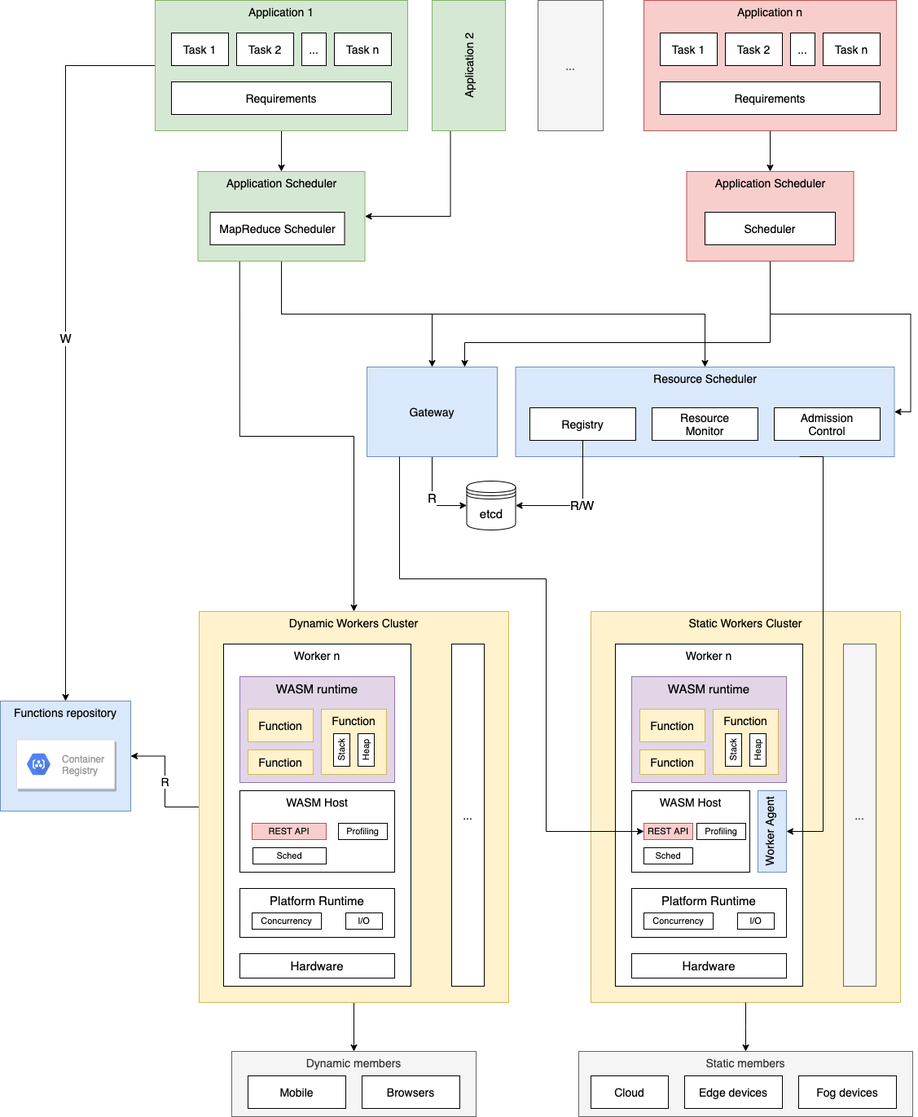
The draw.io diagram fedra/images/architecture.png in jiayihu/fedra-thesis, before a commit. Source tidied: cells renumbered, new cells last; positions are measured from the earlier drawing's top-left corner, leaving out a move shared by most shapes.
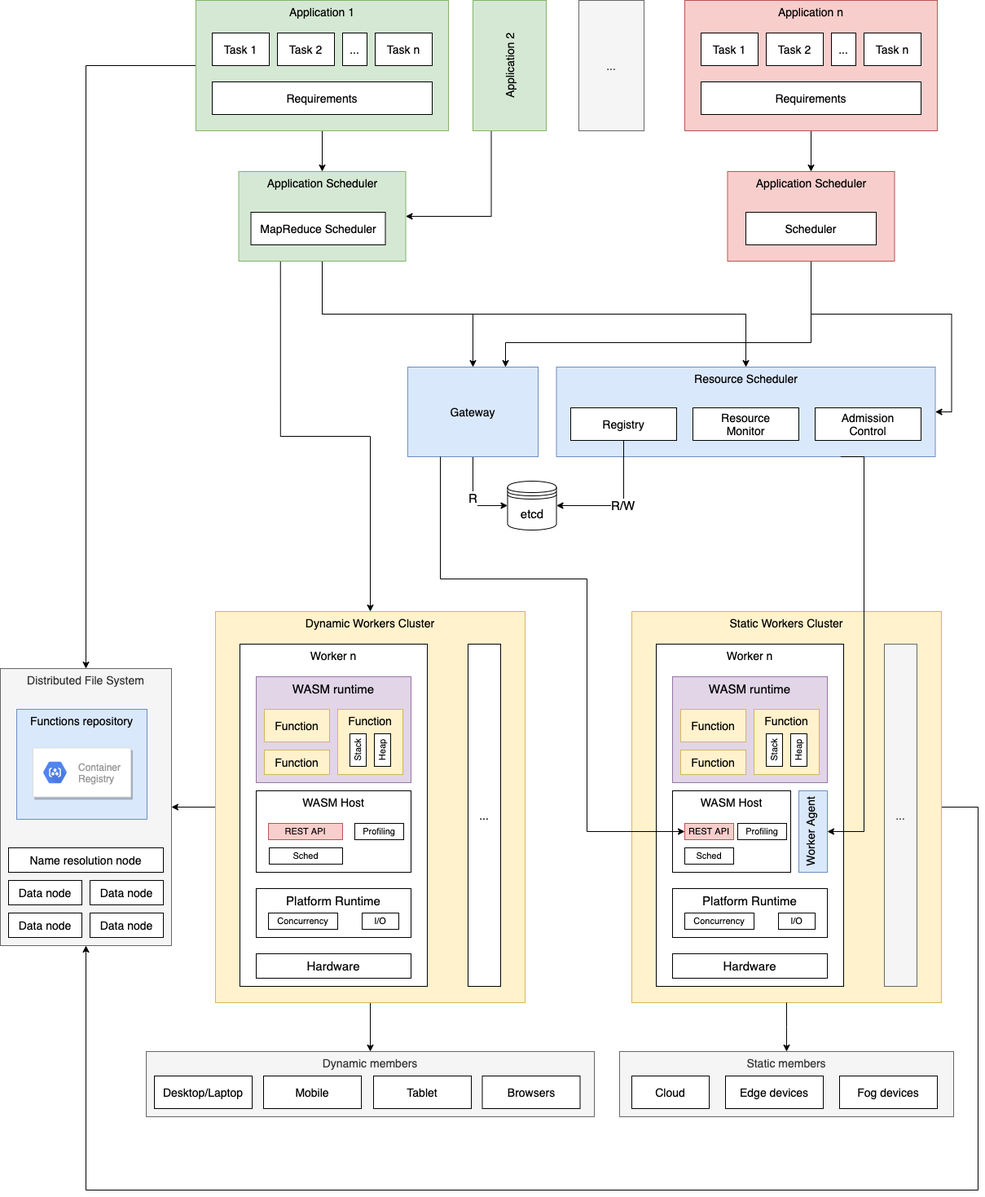
The same diagram one commit later.

Commit message:
Further refinement of architecture

What changed in the source:
```diff
@@ -2,9 +2,21 @@
   <root>
     <mxCell id="0" />
     <mxCell id="1" parent="0" />
+    <mxCell id="87" value="Distributed File System" style="whiteSpace=wrap;html=1;fontSize=14;fillColor=#f5f5f5;strokeColor=#666666;fontColor=#333333;verticalAlign=top;" parent="1" vertex="1">
+      <mxGeometry x="-50" y="820" width="210" height="340" as="geometry" />
+    </mxCell>
     <mxCell id="2" value="Dynamic members" style="rounded=0;whiteSpace=wrap;html=1;fontSize=14;fillColor=#f5f5f5;strokeColor=#666666;verticalAlign=top;fontColor=#333333;" parent="1" vertex="1">
-      <mxGeometry x="284" y="1290" width="300" height="80" as="geometry" />
+      <mxGeometry x="129" y="1290" width="550" height="80" as="geometry" />
     </mxCell>
+    <mxCell id="88" style="edgeStyle=orthogonalEdgeStyle;rounded=0;jettySize=auto;html=1;exitX=1;exitY=0.5;exitDx=0;exitDy=0;entryX=0.5;entryY=1;entryDx=0;entryDy=0;startArrow=none;startFill=0;endArrow=classic;endFill=1;fontSize=14;" parent="1" edge="1" source="3" target="87">
+      <mxGeometry relative="1" as="geometry">
+        <Array as="points">
+          <mxPoint x="1150" y="990" />
+          <mxPoint x="1150" y="1460" />
+          <mxPoint x="55" y="1460" />
+        </Array>
+      </mxGeometry>
+    </mxCell>
     <mxCell id="3" value="Static Workers Cluster" style="rounded=0;whiteSpace=wrap;html=1;fillColor=#fff2cc;strokeColor=#d6b656;fontSize=14;verticalAlign=top;" parent="1" vertex="1">
       <mxGeometry x="725" y="750" width="380" height="480" as="geometry" />
     </mxCell>
@@ -22,7 +34,7 @@
     <mxCell id="6" style="edgeStyle=orthogonalEdgeStyle;rounded=0;jettySize=auto;html=1;exitX=0.5;exitY=1;exitDx=0;exitDy=0;entryX=0.5;entryY=0;entryDx=0;entryDy=0;startArrow=none;startFill=0;fontSize=15;" parent="1" edge="1" source="8" target="53">
       <mxGeometry relative="1" as="geometry" />
     </mxCell>
-    <mxCell id="7" value="W" style="edgeStyle=orthogonalEdgeStyle;rounded=0;jettySize=auto;html=1;exitX=0;exitY=0.5;exitDx=0;exitDy=0;entryX=0.5;entryY=0;entryDx=0;entryDy=0;startArrow=none;startFill=0;endArrow=classic;endFill=1;fontSize=15;" parent="1" edge="1" source="8" target="32">
+    <mxCell id="7" style="edgeStyle=orthogonalEdgeStyle;rounded=0;jettySize=auto;html=1;exitX=0;exitY=0.5;exitDx=0;exitDy=0;entryX=0.5;entryY=0;entryDx=0;entryDy=0;startArrow=none;startFill=0;endArrow=classic;endFill=1;fontSize=15;" parent="1" edge="1" source="8" target="87">
       <mxGeometry relative="1" as="geometry" />
     </mxCell>
     <mxCell id="8" value="Application 1" style="rounded=0;whiteSpace=wrap;html=1;fillColor=#d5e8d4;strokeColor=#82b366;fontSize=14;verticalAlign=top;" parent="1" vertex="1">
@@ -92,13 +104,13 @@
       <mxGeometry x="840" y="1320" width="120" height="40" as="geometry" />
     </mxCell>
     <mxCell id="30" value="Browsers" style="rounded=0;whiteSpace=wrap;html=1;fontSize=14;" parent="1" vertex="1">
-      <mxGeometry x="444" y="1320" width="120" height="40" as="geometry" />
+      <mxGeometry x="541.5" y="1320" width="120" height="40" as="geometry" />
     </mxCell>
     <mxCell id="31" value="Fog devices" style="rounded=0;whiteSpace=wrap;html=1;fontSize=14;" parent="1" vertex="1">
       <mxGeometry x="980" y="1320" width="120" height="40" as="geometry" />
     </mxCell>
     <mxCell id="32" value="Functions repository" style="rounded=0;whiteSpace=wrap;html=1;fillColor=#dae8fc;strokeColor=#6c8ebf;fontSize=14;verticalAlign=top;" parent="1" vertex="1">
-      <mxGeometry y="860" width="160" height="135" as="geometry" />
+      <mxGeometry x="-30" y="870" width="160" height="135" as="geometry" />
     </mxCell>
     <mxCell id="33" value="Resource&lt;br&gt;Monitor" style="rounded=0;whiteSpace=wrap;html=1;fontSize=14;" parent="1" vertex="1">
       <mxGeometry x="800" y="500" width="130" height="40" as="geometry" />
@@ -193,7 +205,7 @@
       <mxGeometry x="530" width="90" height="160" as="geometry" />
     </mxCell>
     <mxCell id="62" style="strokeColor=#dddddd;shadow=1;strokeWidth=1;rounded=1;absoluteArcSize=1;arcSize=2;fontSize=14;" parent="1" vertex="1">
-      <mxGeometry x="20" y="907.5" width="120" height="60" as="geometry" />
+      <mxGeometry x="-10" y="917.5" width="120" height="60" as="geometry" />
     </mxCell>
     <mxCell id="63" value="Container&#10;Registry" style="dashed=0;html=1;fillColor=#5184F3;strokeColor=none;shape=mxgraph.gcp2.hexIcon;prIcon=container_registry;labelPosition=right;verticalLabelPosition=middle;align=left;verticalAlign=middle;spacingLeft=5;fontColor=#999999;fontSize=12;" parent="62" vertex="1">
       <mxGeometry y="0.5" width="44" height="39" relative="1" as="geometry">
@@ -201,7 +213,7 @@
       </mxGeometry>
     </mxCell>
     <mxCell id="64" value="Mobile" style="rounded=0;whiteSpace=wrap;html=1;fontSize=14;" parent="1" vertex="1">
-      <mxGeometry x="304" y="1320" width="120" height="40" as="geometry" />
+      <mxGeometry x="273" y="1320" width="120" height="40" as="geometry" />
     </mxCell>
     <mxCell id="65" value="..." style="whiteSpace=wrap;html=1;fontSize=14;fillColor=#f5f5f5;strokeColor=#666666;fontColor=#333333;" parent="1" vertex="1">
       <mxGeometry x="1035" y="790" width="40" height="420" as="geometry" />
@@ -209,56 +221,56 @@
     <mxCell id="66" style="edgeStyle=orthogonalEdgeStyle;rounded=0;jettySize=auto;html=1;exitX=0.5;exitY=1;exitDx=0;exitDy=0;entryX=0.5;entryY=0;entryDx=0;entryDy=0;startArrow=none;startFill=0;endArrow=classic;endFill=1;fontSize=14;" parent="1" edge="1" source="68" target="2">
       <mxGeometry relative="1" as="geometry" />
     </mxCell>
-    <mxCell id="67" value="R" style="edgeStyle=orthogonalEdgeStyle;rounded=0;jettySize=auto;html=1;exitX=0;exitY=0.5;exitDx=0;exitDy=0;entryX=1;entryY=0.5;entryDx=0;entryDy=0;startArrow=none;startFill=0;endArrow=classic;endFill=1;fontSize=14;" parent="1" edge="1" source="68" target="32">
+    <mxCell id="67" style="edgeStyle=orthogonalEdgeStyle;rounded=0;jettySize=auto;html=1;exitX=0;exitY=0.5;exitDx=0;exitDy=0;entryX=1;entryY=0.5;entryDx=0;entryDy=0;startArrow=none;startFill=0;endArrow=classic;endFill=1;fontSize=14;" parent="1" edge="1" source="68" target="87">
       <mxGeometry relative="1" as="geometry" />
     </mxCell>
     <mxCell id="68" value="Dynamic Workers Cluster" style="rounded=0;whiteSpace=wrap;html=1;fillColor=#fff2cc;strokeColor=#d6b656;fontSize=14;verticalAlign=top;" parent="1" vertex="1">
-      <mxGeometry x="244" y="750" width="380" height="480" as="geometry" />
+      <mxGeometry x="214" y="750" width="380" height="480" as="geometry" />
     </mxCell>
     <mxCell id="69" value="Worker n" style="rounded=0;whiteSpace=wrap;html=1;fontSize=14;horizontal=1;verticalAlign=top;" parent="1" vertex="1">
-      <mxGeometry x="274" y="790" width="230" height="420" as="geometry" />
+      <mxGeometry x="244" y="790" width="230" height="420" as="geometry" />
     </mxCell>
     <mxCell id="70" value="Hardware" style="rounded=0;whiteSpace=wrap;html=1;fontSize=15;" parent="1" vertex="1">
-      <mxGeometry x="294" y="1170" width="190" height="30" as="geometry" />
+      <mxGeometry x="264" y="1170" width="190" height="30" as="geometry" />
     </mxCell>
     <mxCell id="71" value="Platform Runtime" style="rounded=0;whiteSpace=wrap;html=1;fontSize=15;verticalAlign=top;" parent="1" vertex="1">
-      <mxGeometry x="294" y="1090" width="190" height="60" as="geometry" />
+      <mxGeometry x="264" y="1090" width="190" height="60" as="geometry" />
     </mxCell>
     <mxCell id="72" value="Concurrency" style="rounded=0;whiteSpace=wrap;html=1;fontSize=11;" parent="1" vertex="1">
-      <mxGeometry x="309" y="1120" width="85" height="20" as="geometry" />
+      <mxGeometry x="279" y="1120" width="85" height="20" as="geometry" />
     </mxCell>
     <mxCell id="73" value="I/O" style="rounded=0;whiteSpace=wrap;html=1;fontSize=11;" parent="1" vertex="1">
-      <mxGeometry x="424" y="1120" width="45" height="20" as="geometry" />
+      <mxGeometry x="394" y="1120" width="45" height="20" as="geometry" />
     </mxCell>
     <mxCell id="74" value="WASM runtime" style="rounded=0;whiteSpace=wrap;html=1;fontSize=15;fillColor=#e1d5e7;strokeColor=#9673a6;verticalAlign=top;" parent="1" vertex="1">
-      <mxGeometry x="294" y="830" width="190" height="130" as="geometry" />
+      <mxGeometry x="264" y="830" width="190" height="130" as="geometry" />
     </mxCell>
     <mxCell id="75" value="Function" style="rounded=0;whiteSpace=wrap;html=1;fontSize=14;fillColor=#fff2cc;strokeColor=#d6b656;" parent="1" vertex="1">
-      <mxGeometry x="304" y="870" width="80" height="40" as="geometry" />
+      <mxGeometry x="274" y="870" width="80" height="40" as="geometry" />
     </mxCell>
     <mxCell id="76" value="Function" style="rounded=0;whiteSpace=wrap;html=1;fontSize=14;fillColor=#fff2cc;strokeColor=#d6b656;verticalAlign=top;" parent="1" vertex="1">
-      <mxGeometry x="394" y="870" width="80" height="80" as="geometry" />
+      <mxGeometry x="364" y="870" width="80" height="80" as="geometry" />
     </mxCell>
     <mxCell id="77" value="Function" style="rounded=0;whiteSpace=wrap;html=1;fontSize=14;fillColor=#fff2cc;strokeColor=#d6b656;" parent="1" vertex="1">
-      <mxGeometry x="304" y="920" width="80" height="30" as="geometry" />
+      <mxGeometry x="274" y="920" width="80" height="30" as="geometry" />
     </mxCell>
     <mxCell id="78" value="Stack" style="rounded=0;whiteSpace=wrap;html=1;fontSize=11;horizontal=0;" parent="1" vertex="1">
-      <mxGeometry x="409" y="900" width="20" height="40" as="geometry" />
+      <mxGeometry x="379" y="900" width="20" height="40" as="geometry" />
     </mxCell>
     <mxCell id="79" value="Heap" style="rounded=0;whiteSpace=wrap;html=1;fontSize=11;horizontal=0;" parent="1" vertex="1">
-      <mxGeometry x="439" y="900" width="20" height="40" as="geometry" />
+      <mxGeometry x="409" y="900" width="20" height="40" as="geometry" />
     </mxCell>
     <mxCell id="80" value="WASM Host" style="rounded=0;whiteSpace=wrap;html=1;fontSize=14;verticalAlign=top;" parent="1" vertex="1">
-      <mxGeometry x="294" y="970" width="190" height="100" as="geometry" />
+      <mxGeometry x="264" y="970" width="190" height="100" as="geometry" />
     </mxCell>
     <mxCell id="81" value="REST API" style="rounded=0;whiteSpace=wrap;html=1;fontSize=11;fillColor=#f8cecc;strokeColor=#b85450;" parent="1" vertex="1">
-      <mxGeometry x="309" y="1010" width="91" height="20" as="geometry" />
+      <mxGeometry x="279" y="1010" width="91" height="20" as="geometry" />
     </mxCell>
     <mxCell id="82" value="Profiling" style="rounded=0;whiteSpace=wrap;html=1;fontSize=11;" parent="1" vertex="1">
-      <mxGeometry x="415" y="1010" width="60" height="20" as="geometry" />
+      <mxGeometry x="385" y="1010" width="60" height="20" as="geometry" />
     </mxCell>
     <mxCell id="83" value="..." style="whiteSpace=wrap;html=1;fontSize=14;" parent="1" vertex="1">
-      <mxGeometry x="554" y="790" width="40" height="420" as="geometry" />
+      <mxGeometry x="524" y="790" width="40" height="420" as="geometry" />
     </mxCell>
     <mxCell id="84" style="edgeStyle=orthogonalEdgeStyle;rounded=0;jettySize=auto;html=1;exitX=0.25;exitY=1;exitDx=0;exitDy=0;entryX=0;entryY=0.5;entryDx=0;entryDy=0;startArrow=none;startFill=0;endArrow=classic;endFill=1;" parent="1" edge="1" source="35" target="47">
       <mxGeometry relative="1" as="geometry">
@@ -278,7 +290,28 @@
       </mxGeometry>
     </mxCell>
     <mxCell id="86" value="Sched" style="rounded=0;whiteSpace=wrap;html=1;fontSize=11;" parent="1" vertex="1">
-      <mxGeometry x="310" y="1040" width="90" height="20" as="geometry" />
+      <mxGeometry x="280" y="1040" width="90" height="20" as="geometry" />
     </mxCell>
+    <mxCell id="89" value="Desktop/Laptop" style="rounded=0;whiteSpace=wrap;html=1;fontSize=14;" parent="1" vertex="1">
+      <mxGeometry x="139" y="1320" width="120" height="40" as="geometry" />
+    </mxCell>
+    <mxCell id="90" value="Tablet" style="rounded=0;whiteSpace=wrap;html=1;fontSize=14;" parent="1" vertex="1">
+      <mxGeometry x="408" y="1320" width="120" height="40" as="geometry" />
+    </mxCell>
+    <mxCell id="91" value="Data node" style="whiteSpace=wrap;html=1;fontSize=14;" parent="1" vertex="1">
+      <mxGeometry x="-40" y="1120" width="90" height="30" as="geometry" />
+    </mxCell>
+    <mxCell id="92" value="Data node" style="whiteSpace=wrap;html=1;fontSize=14;" parent="1" vertex="1">
+      <mxGeometry x="60" y="1120" width="90" height="30" as="geometry" />
+    </mxCell>
+    <mxCell id="93" value="Data node" style="whiteSpace=wrap;html=1;fontSize=14;" parent="1" vertex="1">
+      <mxGeometry x="-40" y="1080" width="90" height="30" as="geometry" />
+    </mxCell>
+    <mxCell id="94" value="Data node" style="whiteSpace=wrap;html=1;fontSize=14;" parent="1" vertex="1">
+      <mxGeometry x="60" y="1080" width="90" height="30" as="geometry" />
+    </mxCell>
+    <mxCell id="95" value="Name resolution node" style="whiteSpace=wrap;html=1;fontSize=14;" parent="1" vertex="1">
+      <mxGeometry x="-40" y="1040" width="190" height="30" as="geometry" />
+    </mxCell>
   </root>
 </mxGraphModel>
```
